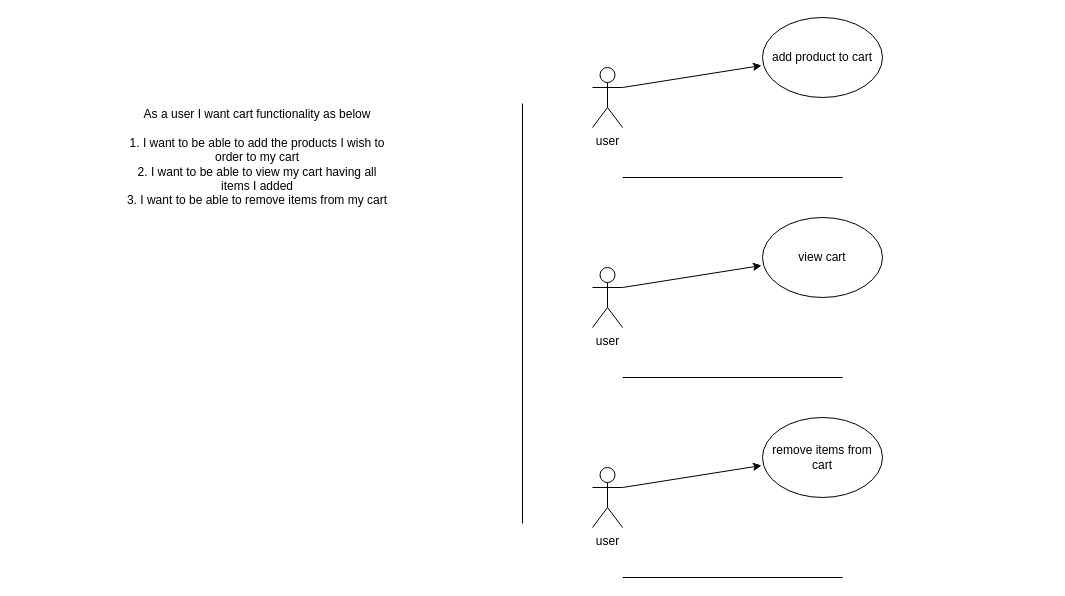
rd-raven/stirzz-design keeps this draw.io diagram as use-case/manage-cart.drawio. Above is the earlier version. Source tidied: cells renumbered, new cells numbered last; positions are measured from the earlier drawing's top-left corner, leaving out a move shared by most shapes. Both pictures are drawn from the tidied source at 100%, with x=0, y=0 at pixel (122, 17).
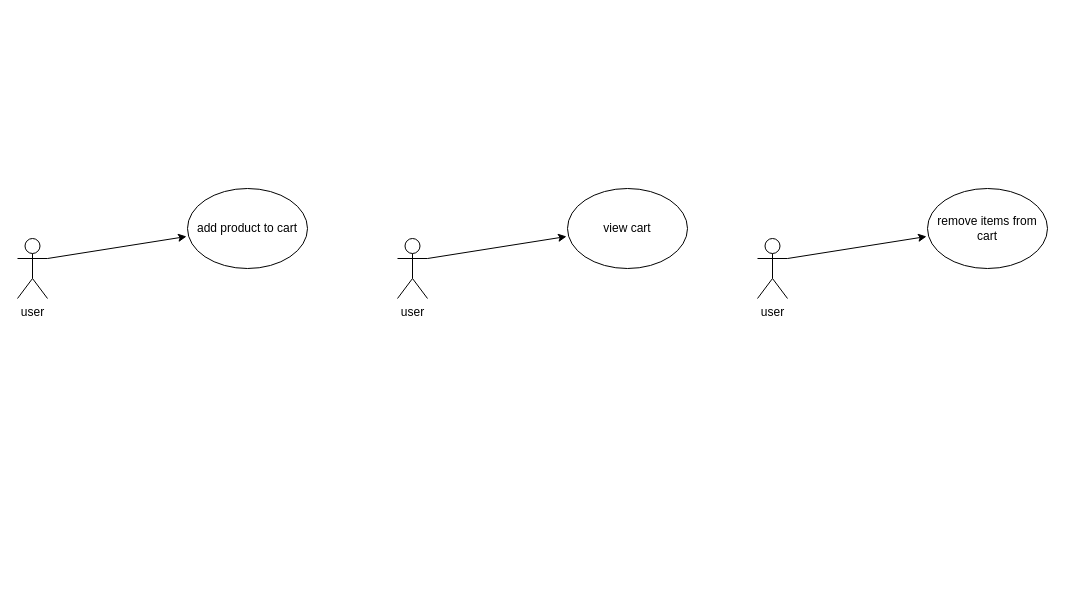
The same diagram, later.

The edit, as a diff of the source:
```diff
@@
 <mxGraphModel>
   <root>
     <mxCell id="0" />
     <mxCell id="1" parent="0" />
     <mxCell id="2" value="user" style="shape=umlActor;verticalLabelPosition=bottom;verticalAlign=top;html=1;outlineConnect=0;" parent="1" vertex="1">
-      <mxGeometry x="470" y="50" width="30" height="60" as="geometry" />
+      <mxGeometry x="-105" y="221" width="30" height="60" as="geometry" />
     </mxCell>
     <mxCell id="3" value="add product to cart" style="ellipse;whiteSpace=wrap;html=1;" parent="1" vertex="1">
-      <mxGeometry x="640" width="120" height="80" as="geometry" />
+      <mxGeometry x="65" y="171" width="120" height="80" as="geometry" />
     </mxCell>
     <mxCell id="4" style="rounded=0;jettySize=auto;html=1;exitX=1;exitY=0.3333333333333333;exitDx=0;exitDy=0;exitPerimeter=0;entryX=-0.008;entryY=0.6;entryDx=0;entryDy=0;entryPerimeter=0;" parent="1" edge="1" source="2" target="3">
       <mxGeometry relative="1" as="geometry" />
     </mxCell>
-    <mxCell id="5" style="endArrow=none;html=1;rounded=0;" parent="1" edge="1">
-      <mxGeometry relative="1" as="geometry">
-        <mxPoint x="500" y="160" as="sourcePoint" />
-        <mxPoint x="720" y="160" as="targetPoint" />
-      </mxGeometry>
-    </mxCell>
     <mxCell id="6" value="user" style="shape=umlActor;verticalLabelPosition=bottom;verticalAlign=top;html=1;outlineConnect=0;" parent="1" vertex="1">
-      <mxGeometry x="470" y="250" width="30" height="60" as="geometry" />
+      <mxGeometry x="275" y="221" width="30" height="60" as="geometry" />
     </mxCell>
     <mxCell id="7" value="view cart" style="ellipse;whiteSpace=wrap;html=1;" parent="1" vertex="1">
-      <mxGeometry x="640" y="200" width="120" height="80" as="geometry" />
+      <mxGeometry x="445" y="171" width="120" height="80" as="geometry" />
     </mxCell>
     <mxCell id="8" style="rounded=0;jettySize=auto;html=1;exitX=1;exitY=0.3333333333333333;exitDx=0;exitDy=0;exitPerimeter=0;entryX=-0.008;entryY=0.6;entryDx=0;entryDy=0;entryPerimeter=0;" parent="1" edge="1" source="6" target="7">
       <mxGeometry relative="1" as="geometry" />
     </mxCell>
-    <mxCell id="9" style="endArrow=none;html=1;rounded=0;" parent="1" edge="1">
-      <mxGeometry relative="1" as="geometry">
-        <mxPoint x="500" y="360" as="sourcePoint" />
-        <mxPoint x="720" y="360" as="targetPoint" />
-      </mxGeometry>
-    </mxCell>
     <mxCell id="10" value="user" style="shape=umlActor;verticalLabelPosition=bottom;verticalAlign=top;html=1;outlineConnect=0;" parent="1" vertex="1">
-      <mxGeometry x="470" y="450" width="30" height="60" as="geometry" />
+      <mxGeometry x="635" y="221" width="30" height="60" as="geometry" />
     </mxCell>
     <mxCell id="11" value="remove items from cart" style="ellipse;whiteSpace=wrap;html=1;" parent="1" vertex="1">
-      <mxGeometry x="640" y="400" width="120" height="80" as="geometry" />
+      <mxGeometry x="805" y="171" width="120" height="80" as="geometry" />
     </mxCell>
     <mxCell id="12" style="rounded=0;jettySize=auto;html=1;exitX=1;exitY=0.3333333333333333;exitDx=0;exitDy=0;exitPerimeter=0;entryX=-0.008;entryY=0.6;entryDx=0;entryDy=0;entryPerimeter=0;" parent="1" edge="1" source="10" target="11">
       <mxGeometry relative="1" as="geometry" />
     </mxCell>
-    <mxCell id="13" style="endArrow=none;html=1;rounded=0;" parent="1" edge="1">
-      <mxGeometry relative="1" as="geometry">
-        <mxPoint x="500" y="560" as="sourcePoint" />
-        <mxPoint x="720" y="560" as="targetPoint" />
-      </mxGeometry>
-    </mxCell>
-    <mxCell id="14" value="&lt;div&gt;As a user I want cart functionality as below&lt;/div&gt;&lt;div&gt;&lt;br&gt;&lt;/div&gt;&lt;div&gt;1. I want to be able to add the products I wish to order to my cart&lt;/div&gt;&lt;div&gt;2. I want to be able to view my cart having all items I added&lt;br&gt;&lt;/div&gt;&lt;div&gt;3. I want to be able to remove items from my cart&lt;br&gt;&lt;/div&gt;" style="text;html=1;align=center;verticalAlign=middle;whiteSpace=wrap;rounded=0;" parent="1" vertex="1">
-      <mxGeometry y="50" width="270" height="180" as="geometry" />
-    </mxCell>
-    <mxCell id="15" style="endArrow=none;html=1;rounded=0;" parent="1" edge="1">
-      <mxGeometry relative="1" as="geometry">
-        <mxPoint x="400" y="506" as="sourcePoint" />
-        <mxPoint x="400" y="86" as="targetPoint" />
-      </mxGeometry>
-    </mxCell>
   </root>
 </mxGraphModel>
```
